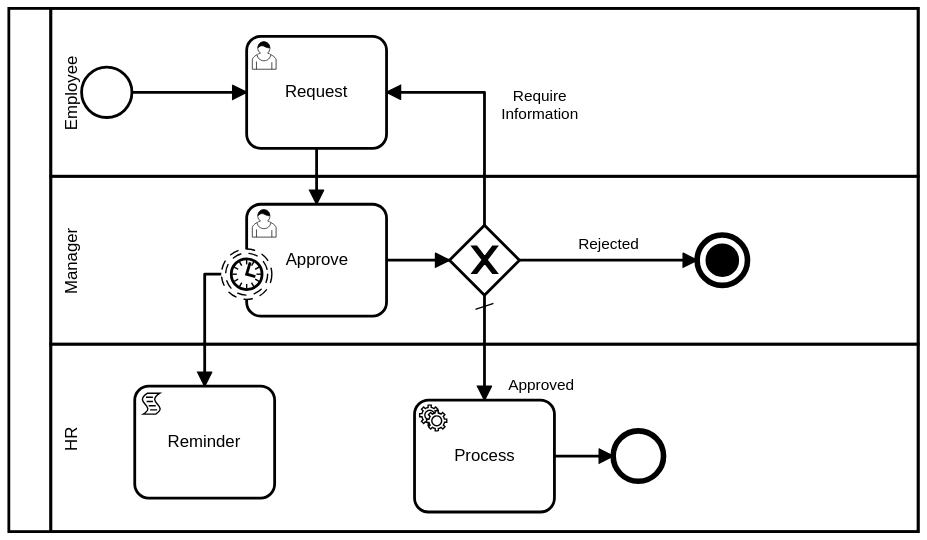
Above: processes/Leave Application.svg in bpmnServer/bpmn-server (BPMN), before the change. Its source is kept beside it as processes/Leave Application.bpmn. Ids are renumbered.
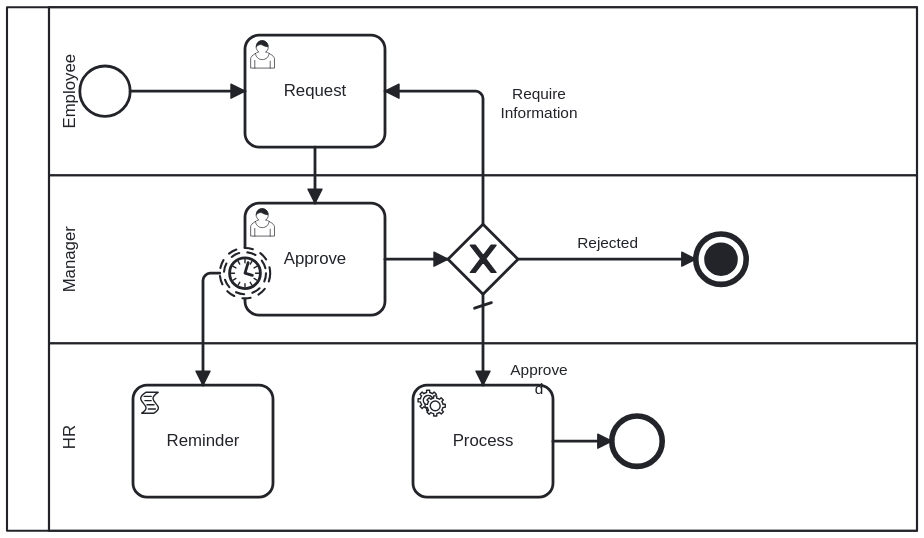
After the change.

Diff of the diagram source:
```diff
@@ -20,9 +20,9 @@
         <bpmn2:flowNodeRef>timer-event</bpmn2:flowNodeRef>
       </bpmn2:lane>
       <bpmn2:lane id="Lane_n8" name="HR">
-        <bpmn2:flowNodeRef>Event_n9</bpmn2:flowNodeRef>
         <bpmn2:flowNodeRef>Activity_n10</bpmn2:flowNodeRef>
         <bpmn2:flowNodeRef>Activity_n11</bpmn2:flowNodeRef>
+        <bpmn2:flowNodeRef>Event_n9</bpmn2:flowNodeRef>
       </bpmn2:lane>
     </bpmn2:laneSet>
     <bpmn2:sequenceFlow id="Flow_n12" sourceRef="Request" targetRef="Approve" />
@@ -90,9 +90,6 @@
       <bpmn2:incoming>Flow_n18</bpmn2:incoming>
       <bpmn2:terminateEventDefinition id="TerminateEventDefinition_n19" />
     </bpmn2:endEvent>
-    <bpmn2:endEvent id="Event_n9">
-      <bpmn2:incoming>Flow_n15</bpmn2:incoming>
-    </bpmn2:endEvent>
     <bpmn2:exclusiveGateway id="Gateway_n7" default="Flow_n17">
       <bpmn2:incoming>Flow_n14</bpmn2:incoming>
       <bpmn2:outgoing>Flow_n17</bpmn2:outgoing>
@@ -115,6 +112,9 @@
       <bpmn2:incoming>Flow_n17</bpmn2:incoming>
       <bpmn2:outgoing>Flow_n15</bpmn2:outgoing>
     </bpmn2:serviceTask>
+    <bpmn2:endEvent id="Event_n9">
+      <bpmn2:incoming>Flow_n15</bpmn2:incoming>
+    </bpmn2:endEvent>
   </bpmn2:process>
   <bpmndi:BPMNDiagram id="BPMNDiagram_1">
     <bpmndi:BPMNPlane id="BPMNPlane_1" bpmnElement="Collaboration_n1">
@@ -130,49 +130,6 @@
       <bpmndi:BPMNShape id="Lane_n4_di" bpmnElement="Lane_n4" isHorizontal="true">
         <dc:Bounds x="190" y="80" width="620" height="120" />
       </bpmndi:BPMNShape>
-      <bpmndi:BPMNEdge id="Flow_n20_di" bpmnElement="Flow_n20">
-        <di:waypoint x="312" y="270" />
-        <di:waypoint x="300" y="270" />
-        <di:waypoint x="300" y="350" />
-      </bpmndi:BPMNEdge>
-      <bpmndi:BPMNEdge id="Flow_n16_di" bpmnElement="Flow_n16">
-        <di:waypoint x="500" y="235" />
-        <di:waypoint x="500" y="140" />
-        <di:waypoint x="430" y="140" />
-        <bpmndi:BPMNLabel>
-          <dc:Bounds x="512" y="136" width="56" height="27" />
-        </bpmndi:BPMNLabel>
-      </bpmndi:BPMNEdge>
-      <bpmndi:BPMNEdge id="Flow_n18_di" bpmnElement="Flow_n18">
-        <di:waypoint x="525" y="260" />
-        <di:waypoint x="652" y="260" />
-        <bpmndi:BPMNLabel>
-          <dc:Bounds x="567" y="242" width="44" height="14" />
-        </bpmndi:BPMNLabel>
-      </bpmndi:BPMNEdge>
-      <bpmndi:BPMNEdge id="Flow_n17_di" bpmnElement="Flow_n17">
-        <di:waypoint x="500" y="285" />
-        <di:waypoint x="500" y="360" />
-        <bpmndi:BPMNLabel>
-          <dc:Bounds x="517" y="343" width="46" height="14" />
-        </bpmndi:BPMNLabel>
-      </bpmndi:BPMNEdge>
-      <bpmndi:BPMNEdge id="Flow_n15_di" bpmnElement="Flow_n15">
-        <di:waypoint x="550" y="400" />
-        <di:waypoint x="592" y="400" />
-      </bpmndi:BPMNEdge>
-      <bpmndi:BPMNEdge id="Flow_n14_di" bpmnElement="Flow_n14">
-        <di:waypoint x="430" y="260" />
-        <di:waypoint x="475" y="260" />
-      </bpmndi:BPMNEdge>
-      <bpmndi:BPMNEdge id="Flow_n13_di" bpmnElement="Flow_n13">
-        <di:waypoint x="248" y="140" />
-        <di:waypoint x="330" y="140" />
-      </bpmndi:BPMNEdge>
-      <bpmndi:BPMNEdge id="Flow_n12_di" bpmnElement="Flow_n12">
-        <di:waypoint x="380" y="180" />
-        <di:waypoint x="380" y="220" />
-      </bpmndi:BPMNEdge>
       <bpmndi:BPMNShape id="_BPMNShape_StartEvent_2" bpmnElement="StartEvent_1">
         <dc:Bounds x="212" y="122" width="36" height="36" />
       </bpmndi:BPMNShape>
@@ -185,9 +142,6 @@
       <bpmndi:BPMNShape id="Event_11njyo2_di" bpmnElement="Event_n6">
         <dc:Bounds x="652" y="242" width="36" height="36" />
       </bpmndi:BPMNShape>
-      <bpmndi:BPMNShape id="Event_n9_di" bpmnElement="Event_n9">
-        <dc:Bounds x="592" y="382" width="36" height="36" />
-      </bpmndi:BPMNShape>
       <bpmndi:BPMNShape id="Gateway_n7_di" bpmnElement="Gateway_n7" isMarkerVisible="true">
         <dc:Bounds x="475" y="235" width="50" height="50" />
       </bpmndi:BPMNShape>
@@ -195,11 +149,57 @@
         <dc:Bounds x="250" y="350" width="100" height="80" />
       </bpmndi:BPMNShape>
       <bpmndi:BPMNShape id="Activity_0jssmpk_di" bpmnElement="Activity_n11">
-        <dc:Bounds x="450" y="360" width="100" height="80" />
+        <dc:Bounds x="450" y="350" width="100" height="80" />
+      </bpmndi:BPMNShape>
+      <bpmndi:BPMNShape id="Event_n9_di" bpmnElement="Event_n9">
+        <dc:Bounds x="592" y="372" width="36" height="36" />
       </bpmndi:BPMNShape>
       <bpmndi:BPMNShape id="Event_0dn083r_di" bpmnElement="timer-event">
         <dc:Bounds x="312" y="252" width="36" height="36" />
       </bpmndi:BPMNShape>
+      <bpmndi:BPMNEdge id="Flow_n12_di" bpmnElement="Flow_n12">
+        <di:waypoint x="380" y="180" />
+        <di:waypoint x="380" y="220" />
+      </bpmndi:BPMNEdge>
+      <bpmndi:BPMNEdge id="Flow_n13_di" bpmnElement="Flow_n13">
+        <di:waypoint x="248" y="140" />
+        <di:waypoint x="330" y="140" />
+      </bpmndi:BPMNEdge>
+      <bpmndi:BPMNEdge id="Flow_n14_di" bpmnElement="Flow_n14">
+        <di:waypoint x="430" y="260" />
+        <di:waypoint x="475" y="260" />
+      </bpmndi:BPMNEdge>
+      <bpmndi:BPMNEdge id="Flow_n15_di" bpmnElement="Flow_n15">
+        <di:waypoint x="550" y="390" />
+        <di:waypoint x="592" y="390" />
+      </bpmndi:BPMNEdge>
+      <bpmndi:BPMNEdge id="Flow_n17_di" bpmnElement="Flow_n17">
+        <di:waypoint x="500" y="285" />
+        <di:waypoint x="500" y="350" />
+        <bpmndi:BPMNLabel>
+          <dc:Bounds x="517" y="333" width="46" height="27" />
+        </bpmndi:BPMNLabel>
+      </bpmndi:BPMNEdge>
+      <bpmndi:BPMNEdge id="Flow_n18_di" bpmnElement="Flow_n18">
+        <di:waypoint x="525" y="260" />
+        <di:waypoint x="652" y="260" />
+        <bpmndi:BPMNLabel>
+          <dc:Bounds x="567" y="242" width="44" height="14" />
+        </bpmndi:BPMNLabel>
+      </bpmndi:BPMNEdge>
+      <bpmndi:BPMNEdge id="Flow_n16_di" bpmnElement="Flow_n16">
+        <di:waypoint x="500" y="235" />
+        <di:waypoint x="500" y="140" />
+        <di:waypoint x="430" y="140" />
+        <bpmndi:BPMNLabel>
+          <dc:Bounds x="512" y="136" width="56" height="27" />
+        </bpmndi:BPMNLabel>
+      </bpmndi:BPMNEdge>
+      <bpmndi:BPMNEdge id="Flow_n20_di" bpmnElement="Flow_n20">
+        <di:waypoint x="312" y="270" />
+        <di:waypoint x="300" y="270" />
+        <di:waypoint x="300" y="350" />
+      </bpmndi:BPMNEdge>
     </bpmndi:BPMNPlane>
   </bpmndi:BPMNDiagram>
 </bpmn2:definitions>
```
